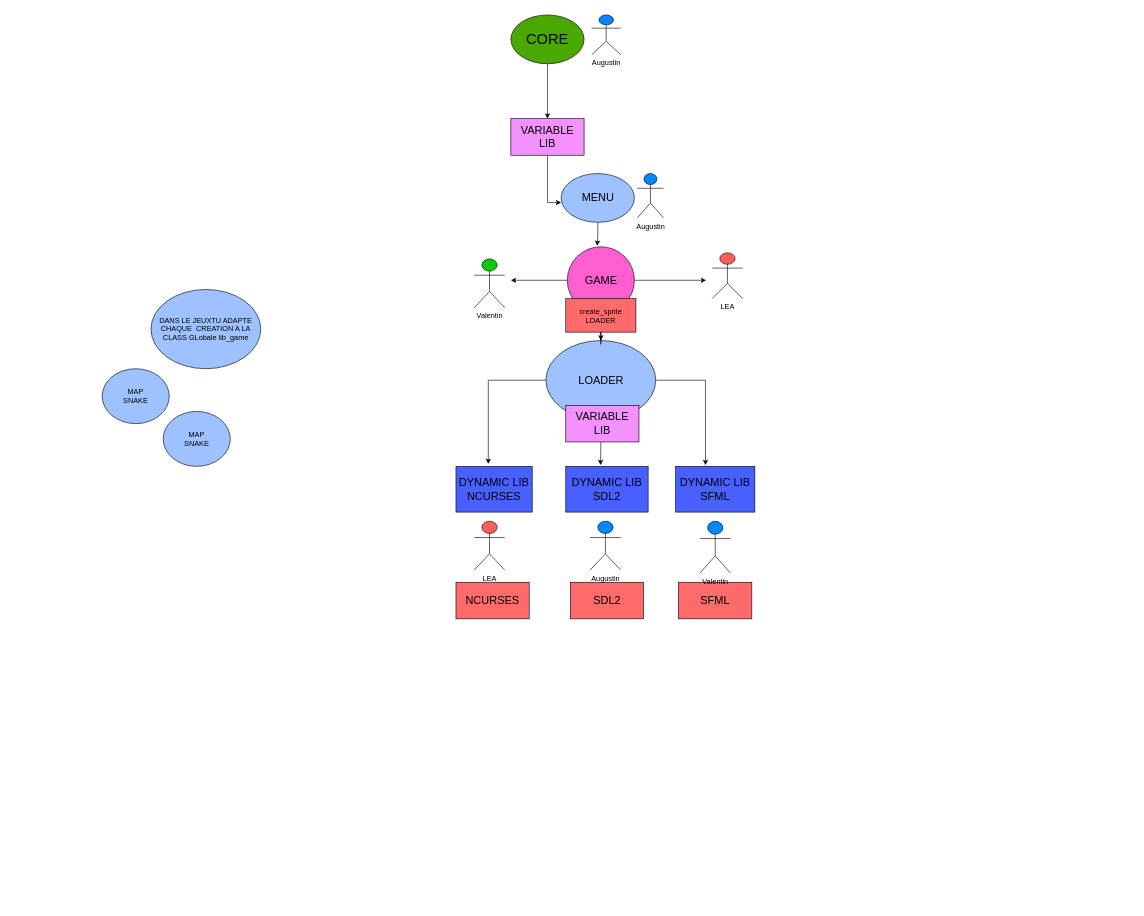
Above: arcade.drawio in AugustinBst/arcade (draw.io), before the change. Source tidied: cells renumbered, new cells numbered last; positions are measured from the earlier drawing's top-left corner, leaving out a move shared by most shapes. Both pictures are drawn from the tidied source at 61%, with x=0, y=0 at pixel (102, 15).
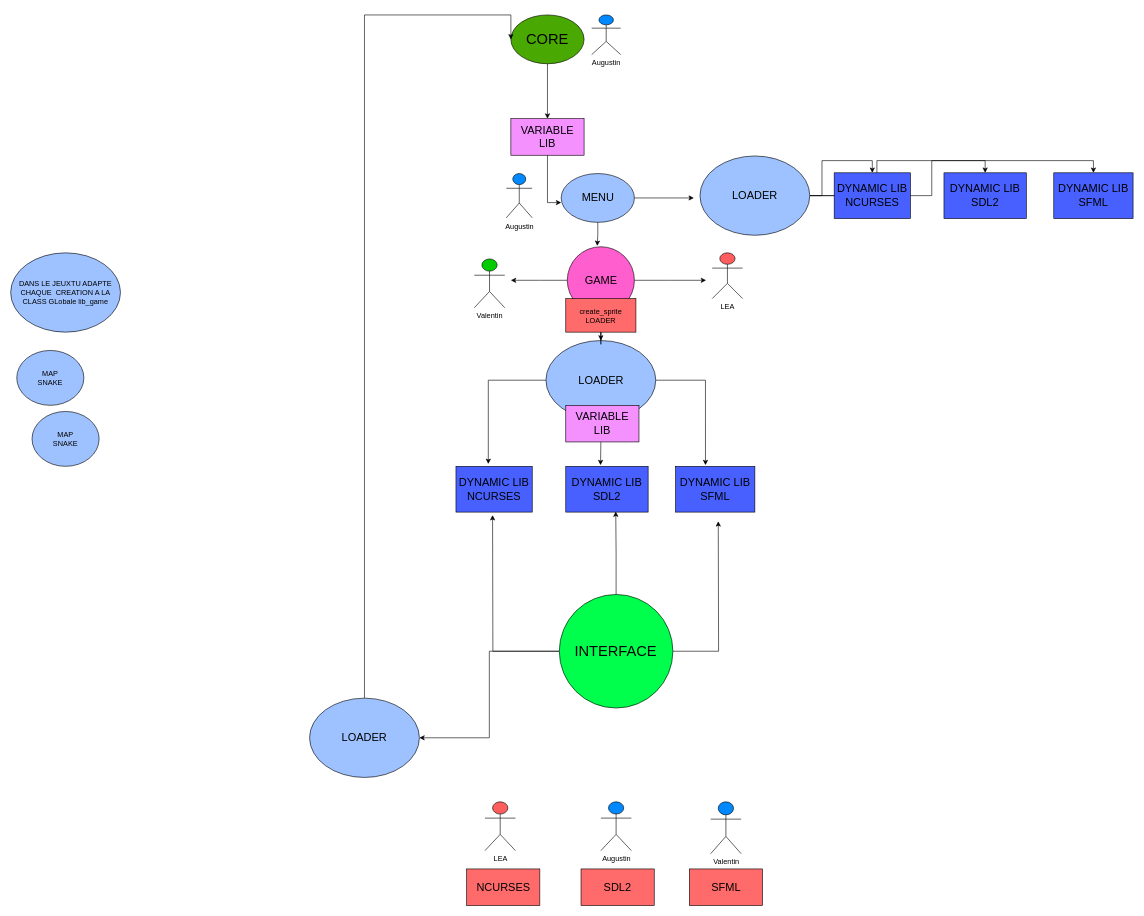
After the change.

Commit message:
Mettre à jour arcade.drawio

Unchanged cells that the change refers to:
```xml
<mxCell id="6" value="&lt;font style=&quot;font-size: 24px;&quot;&gt;CORE&lt;/font&gt;" style="ellipse;whiteSpace=wrap;html=1;fillColor=#4AA802;" parent="1" vertex="1">
  <mxGeometry x="670" width="120" height="80" as="geometry" />
</mxCell>
<mxCell id="7" value="&lt;font style=&quot;font-size: 18px;&quot;&gt;DYNAMIC LIB SDL2&lt;/font&gt;" style="rounded=0;whiteSpace=wrap;html=1;fillColor=#4760FF;" parent="1" vertex="1">
  <mxGeometry x="760" y="740" width="135" height="75" as="geometry" />
</mxCell>
<mxCell id="14" value="&lt;font style=&quot;font-size: 18px;&quot;&gt;MENU&lt;/font&gt;" style="ellipse;whiteSpace=wrap;html=1;fillColor=#9EC2FF;" parent="1" vertex="1">
  <mxGeometry x="752.5" y="260" width="120" height="80" as="geometry" />
</mxCell>
```

Change to the diagram source:
```diff
@@
     <mxCell id="2" value="&lt;font style=&quot;font-size: 18px;&quot;&gt;NCURSES&lt;/font&gt;" style="rounded=0;whiteSpace=wrap;html=1;fillColor=#FF6B6B;" parent="1" vertex="1">
-      <mxGeometry x="580" y="930" width="120" height="60" as="geometry" />
+      <mxGeometry x="597.5" y="1400" width="120" height="60" as="geometry" />
     </mxCell>
     <mxCell id="3" value="&lt;div&gt;&lt;font style=&quot;font-size: 18px;&quot;&gt;SFML&lt;/font&gt;&lt;/div&gt;" style="rounded=0;whiteSpace=wrap;html=1;fillColor=#FF6B6B;" parent="1" vertex="1">
-      <mxGeometry x="945" y="930" width="120" height="60" as="geometry" />
+      <mxGeometry x="962.5" y="1400" width="120" height="60" as="geometry" />
     </mxCell>
     <mxCell id="4" value="&lt;font style=&quot;font-size: 18px;&quot;&gt;SDL2&lt;/font&gt;" style="rounded=0;whiteSpace=wrap;html=1;fillColor=#FF6B6B;" parent="1" vertex="1">
-      <mxGeometry x="767.5" y="930" width="120" height="60" as="geometry" />
+      <mxGeometry x="785" y="1400" width="120" height="60" as="geometry" />
     </mxCell>
@@
+    <mxCell id="34" style="edgeStyle=orthogonalEdgeStyle;rounded=0;jettySize=auto;html=1;" parent="1" edge="1" source="14">
+      <mxGeometry relative="1" as="geometry">
+        <mxPoint x="970" y="300" as="targetPoint" />
+      </mxGeometry>
+    </mxCell>
@@
     <mxCell id="16" value="&lt;div&gt;DANS LE JEUXTU ADAPTE CHAQUE&amp;nbsp; CREATION A LA CLASS GLobale lib_game&lt;br&gt;&lt;/div&gt;" style="ellipse;whiteSpace=wrap;html=1;fillColor=#9EC2FF;" parent="1" vertex="1">
-      <mxGeometry x="80" y="450" width="180" height="130" as="geometry" />
+      <mxGeometry x="-150" y="390" width="180" height="130" as="geometry" />
     </mxCell>
@@
     <mxCell id="21" value="&lt;div&gt;MAP &lt;br&gt;&lt;/div&gt;&lt;div&gt;SNAKE&lt;br&gt;&lt;/div&gt;" style="ellipse;whiteSpace=wrap;html=1;fillColor=#9EC2FF;" parent="1" vertex="1">
-      <mxGeometry x="100" y="650" width="110" height="90" as="geometry" />
+      <mxGeometry x="-115" y="650" width="110" height="90" as="geometry" />
     </mxCell>
     <mxCell id="22" value="&lt;div&gt;MAP &lt;br&gt;&lt;/div&gt;&lt;div&gt;SNAKE&lt;br&gt;&lt;/div&gt;" style="ellipse;whiteSpace=wrap;html=1;fillColor=#9EC2FF;" parent="1" vertex="1">
-      <mxGeometry y="580" width="110" height="90" as="geometry" />
+      <mxGeometry x="-140" y="550" width="110" height="90" as="geometry" />
     </mxCell>
@@
     <mxCell id="25" value="Augustin" style="shape=umlActor;verticalLabelPosition=bottom;verticalAlign=top;html=1;fillColor=#0088FF;" parent="1" vertex="1">
-      <mxGeometry x="800" y="830" width="50" height="80" as="geometry" />
+      <mxGeometry x="817.5" y="1290" width="50" height="80" as="geometry" />
     </mxCell>
     <mxCell id="26" value="Augustin" style="shape=umlActor;verticalLabelPosition=bottom;verticalAlign=top;html=1;fillColor=#0088FF;" parent="1" vertex="1">
-      <mxGeometry x="877.5" y="260" width="42.5" height="72.5" as="geometry" />
+      <mxGeometry x="662.5" y="260" width="42.5" height="72.5" as="geometry" />
     </mxCell>
@@
     <mxCell id="29" value="LEA" style="shape=umlActor;verticalLabelPosition=bottom;verticalAlign=top;html=1;fillColor=#FF5E5E;" parent="1" vertex="1">
-      <mxGeometry x="610" y="830" width="50" height="80" as="geometry" />
+      <mxGeometry x="627.5" y="1290" width="50" height="80" as="geometry" />
     </mxCell>
     <mxCell id="30" value="Valentin" style="shape=umlActor;verticalLabelPosition=bottom;verticalAlign=top;html=1;fillColor=#0088FF;" parent="1" vertex="1">
-      <mxGeometry x="980" y="830" width="50" height="85" as="geometry" />
+      <mxGeometry x="997.5" y="1290" width="50" height="85" as="geometry" />
     </mxCell>
@@
+    <mxCell id="35" style="edgeStyle=orthogonalEdgeStyle;rounded=0;jettySize=auto;html=1;" parent="1" edge="1" source="38">
+      <mxGeometry relative="1" as="geometry">
+        <mxPoint x="640" y="820" as="targetPoint" />
+      </mxGeometry>
+    </mxCell>
+    <mxCell id="36" style="edgeStyle=orthogonalEdgeStyle;rounded=0;jettySize=auto;html=1;" parent="1" edge="1" source="38">
+      <mxGeometry relative="1" as="geometry">
+        <mxPoint x="1010" y="830" as="targetPoint" />
+      </mxGeometry>
+    </mxCell>
+    <mxCell id="37" style="edgeStyle=orthogonalEdgeStyle;rounded=0;jettySize=auto;html=1;entryX=1;entryY=0.5;entryDx=0;entryDy=0;" parent="1" edge="1" source="38" target="41">
+      <mxGeometry relative="1" as="geometry" />
+    </mxCell>
+    <mxCell id="38" value="&lt;font style=&quot;font-size: 24px;&quot;&gt;INTERFACE&lt;/font&gt;" style="ellipse;whiteSpace=wrap;html=1;fillColor=#00FF4C;" parent="1" vertex="1">
+      <mxGeometry x="749.4" y="950" width="186.2" height="186.2" as="geometry" />
+    </mxCell>
+    <mxCell id="39" style="edgeStyle=orthogonalEdgeStyle;rounded=0;jettySize=auto;html=1;entryX=0.607;entryY=0.987;entryDx=0;entryDy=0;entryPerimeter=0;" parent="1" edge="1" source="38" target="7">
+      <mxGeometry relative="1" as="geometry" />
+    </mxCell>
+    <mxCell id="40" style="edgeStyle=orthogonalEdgeStyle;rounded=0;jettySize=auto;html=1;entryX=0;entryY=0.5;entryDx=0;entryDy=0;" parent="1" edge="1" source="41" target="6">
+      <mxGeometry relative="1" as="geometry">
+        <Array as="points">
+          <mxPoint x="430" />
+          <mxPoint x="670" />
+        </Array>
+      </mxGeometry>
+    </mxCell>
+    <mxCell id="41" value="&lt;font style=&quot;font-size: 18px;&quot;&gt;LOADER&lt;/font&gt;" style="ellipse;whiteSpace=wrap;html=1;fillColor=#9EC2FF;" parent="1" vertex="1">
+      <mxGeometry x="340" y="1120" width="180" height="130" as="geometry" />
+    </mxCell>
+    <mxCell id="42" style="edgeStyle=orthogonalEdgeStyle;rounded=0;jettySize=auto;html=1;entryX=0.5;entryY=0;entryDx=0;entryDy=0;" parent="1" edge="1" source="45" target="47">
+      <mxGeometry relative="1" as="geometry" />
+    </mxCell>
+    <mxCell id="43" style="edgeStyle=orthogonalEdgeStyle;rounded=0;jettySize=auto;html=1;entryX=0.5;entryY=0;entryDx=0;entryDy=0;" parent="1" edge="1" source="45" target="46">
+      <mxGeometry relative="1" as="geometry" />
+    </mxCell>
+    <mxCell id="44" style="edgeStyle=orthogonalEdgeStyle;rounded=0;jettySize=auto;html=1;entryX=0.5;entryY=0;entryDx=0;entryDy=0;" parent="1" edge="1" source="45" target="48">
+      <mxGeometry relative="1" as="geometry" />
+    </mxCell>
+    <mxCell id="45" value="&lt;font style=&quot;font-size: 18px;&quot;&gt;LOADER&lt;/font&gt;" style="ellipse;whiteSpace=wrap;html=1;fillColor=#9EC2FF;" parent="1" vertex="1">
+      <mxGeometry x="980" y="231.2" width="180" height="130" as="geometry" />
+    </mxCell>
+    <mxCell id="46" value="&lt;font style=&quot;font-size: 18px;&quot;&gt;DYNAMIC LIB SDL2&lt;/font&gt;" style="rounded=0;whiteSpace=wrap;html=1;fillColor=#4760FF;" parent="1" vertex="1">
+      <mxGeometry x="1380" y="258.8" width="135" height="75" as="geometry" />
+    </mxCell>
+    <mxCell id="47" value="&lt;font style=&quot;font-size: 18px;&quot;&gt;DYNAMIC LIB NCURSES&lt;/font&gt;" style="rounded=0;whiteSpace=wrap;html=1;fillColor=#4760FF;" parent="1" vertex="1">
+      <mxGeometry x="1200" y="258.8" width="125" height="75" as="geometry" />
+    </mxCell>
+    <mxCell id="48" value="&lt;div&gt;&lt;font style=&quot;font-size: 18px;&quot;&gt;DYNAMIC LIB &lt;br&gt;&lt;/font&gt;&lt;/div&gt;&lt;div&gt;&lt;font style=&quot;font-size: 18px;&quot;&gt;SFML&lt;br&gt;&lt;/font&gt;&lt;/div&gt;" style="rounded=0;whiteSpace=wrap;html=1;fillColor=#4760FF;" parent="1" vertex="1">
+      <mxGeometry x="1560" y="258.8" width="130" height="75" as="geometry" />
+    </mxCell>
```
